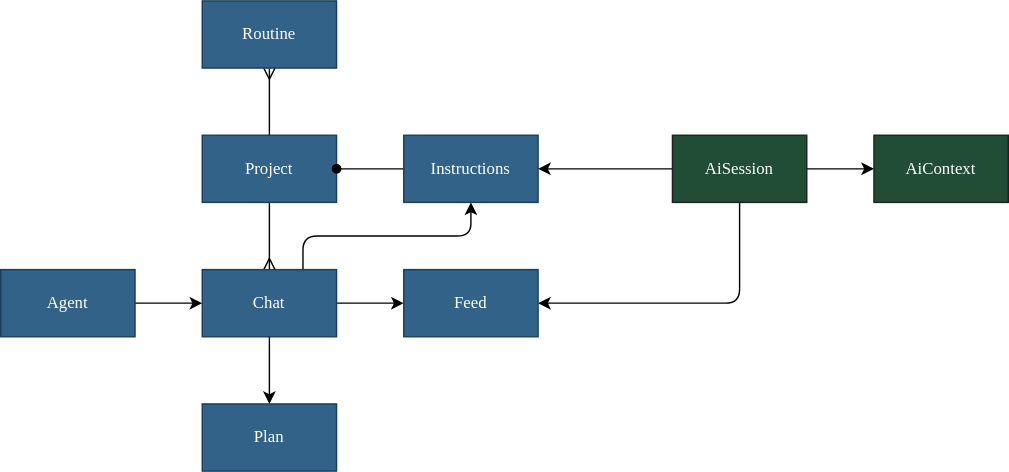
Before: packages/core/compute/assistant/docs/project.drawio.svg, a diagram exported from draw.io (dxos/dxos). Source tidied: cells renumbered, new cells last; positions are measured from the earlier drawing's top-left corner, leaving out a move shared by most shapes.
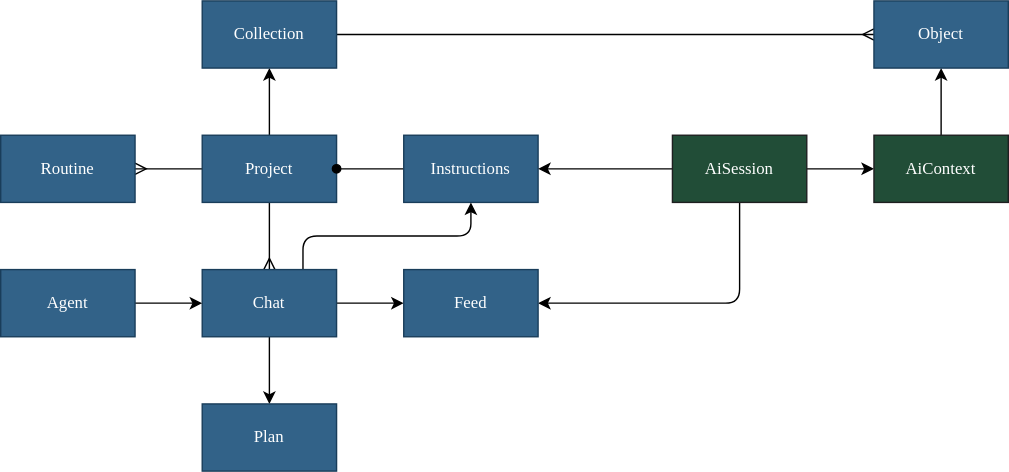
Later version of the same file.

What changed in the source:
```diff
@@ -5,9 +5,12 @@
     <mxCell id="2" style="edgeStyle=none;html=1;exitX=0.5;exitY=1;exitDx=0;exitDy=0;endArrow=ERmany;endFill=0;fontFamily=Space Grotesk;" parent="1" edge="1" source="4" target="10">
       <mxGeometry relative="1" as="geometry" />
     </mxCell>
-    <mxCell id="3" style="edgeStyle=none;html=1;exitX=0.5;exitY=0;exitDx=0;exitDy=0;fontFamily=Space Grotesk;startArrow=none;startFill=0;endArrow=ERmany;endFill=0;" parent="1" edge="1" source="4" target="20">
+    <mxCell id="3" style="edgeStyle=none;html=1;fontFamily=Space Grotesk;startArrow=none;startFill=0;endArrow=ERmany;endFill=0;" parent="1" edge="1" source="4" target="20">
       <mxGeometry relative="1" as="geometry" />
     </mxCell>
+    <mxCell id="21" style="edgeStyle=none;html=1;exitX=0.5;exitY=0;exitDx=0;exitDy=0;fontFamily=Space Grotesk;startArrow=none;startFill=0;endArrow=classic;endFill=1;" parent="1" edge="1" source="4" target="24">
+      <mxGeometry relative="1" as="geometry" />
+    </mxCell>
     <mxCell id="4" value="Project" style="rounded=0;whiteSpace=wrap;html=1;fillColor=#326288;fontColor=#FFFFFF;strokeColor=#193D5A;fontFamily=Space Grotesk;" parent="1" vertex="1">
       <mxGeometry x="144" y="96" width="96" height="48" as="geometry" />
     </mxCell>
@@ -59,6 +62,9 @@
     <mxCell id="17" value="AiSession" style="rounded=0;whiteSpace=wrap;html=1;fillColor=#214D37;fontColor=#FFFFFF;strokeColor=#1E1F20;fontFamily=Space Grotesk;" parent="1" vertex="1">
       <mxGeometry x="480" y="96" width="96" height="48" as="geometry" />
     </mxCell>
+    <mxCell id="22" style="edgeStyle=none;html=1;exitX=0.5;exitY=0;exitDx=0;exitDy=0;fontFamily=Space Grotesk;startArrow=none;startFill=0;endArrow=classic;endFill=1;" parent="1" edge="1" source="18" target="25">
+      <mxGeometry relative="1" as="geometry" />
+    </mxCell>
     <mxCell id="18" value="AiContext" style="rounded=0;whiteSpace=wrap;html=1;fillColor=#214D37;fontColor=#FFFFFF;strokeColor=#1E1F20;fontFamily=Space Grotesk;" parent="1" vertex="1">
       <mxGeometry x="624" y="96" width="96" height="48" as="geometry" />
     </mxCell>
@@ -66,7 +72,16 @@
       <mxGeometry x="288" y="192" width="96" height="48" as="geometry" />
     </mxCell>
     <mxCell id="20" value="Routine" style="rounded=0;whiteSpace=wrap;html=1;fillColor=#326288;fontColor=#FFFFFF;strokeColor=#193D5A;fontFamily=Space Grotesk;" parent="1" vertex="1">
-      <mxGeometry x="144" width="96" height="48" as="geometry" />
+      <mxGeometry y="96" width="96" height="48" as="geometry" />
     </mxCell>
+    <mxCell id="23" style="edgeStyle=none;html=1;exitX=1;exitY=0.5;exitDx=0;exitDy=0;fontFamily=Space Grotesk;startArrow=none;startFill=0;endArrow=ERmany;endFill=0;" parent="1" edge="1" source="24" target="25">
+      <mxGeometry relative="1" as="geometry" />
+    </mxCell>
+    <mxCell id="24" value="Collection" style="rounded=0;whiteSpace=wrap;html=1;fillColor=#326288;fontColor=#FFFFFF;strokeColor=#193D5A;fontFamily=Space Grotesk;" parent="1" vertex="1">
+      <mxGeometry x="144" width="96" height="48" as="geometry" />
+    </mxCell>
+    <mxCell id="25" value="Object" style="rounded=0;whiteSpace=wrap;html=1;fillColor=#326288;fontColor=#FFFFFF;strokeColor=#193D5A;fontFamily=Space Grotesk;" parent="1" vertex="1">
+      <mxGeometry x="624" width="96" height="48" as="geometry" />
+    </mxCell>
   </root>
 </mxGraphModel>
```
